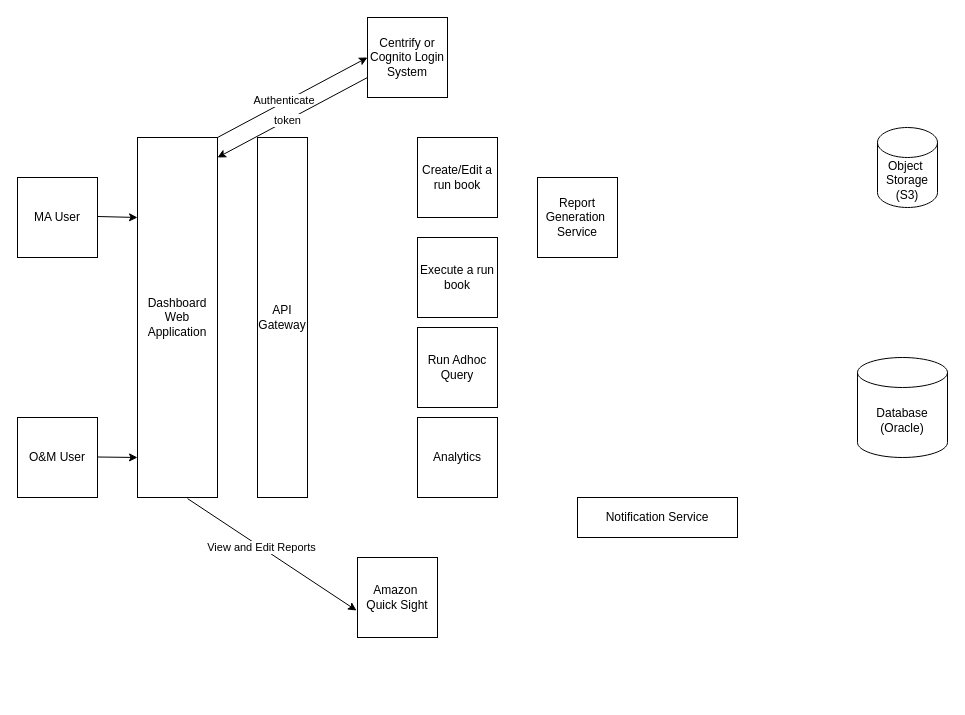
The draw.io diagram Dashboard.drawio in prahlad2018/microservice, before the edit. Source tidied: cells renumbered, new cells numbered last; positions are measured from the earlier drawing's top-left corner, leaving out a move shared by most shapes. Both pictures are drawn from the tidied source at 100%, with x=0, y=0 at pixel (17, 17).
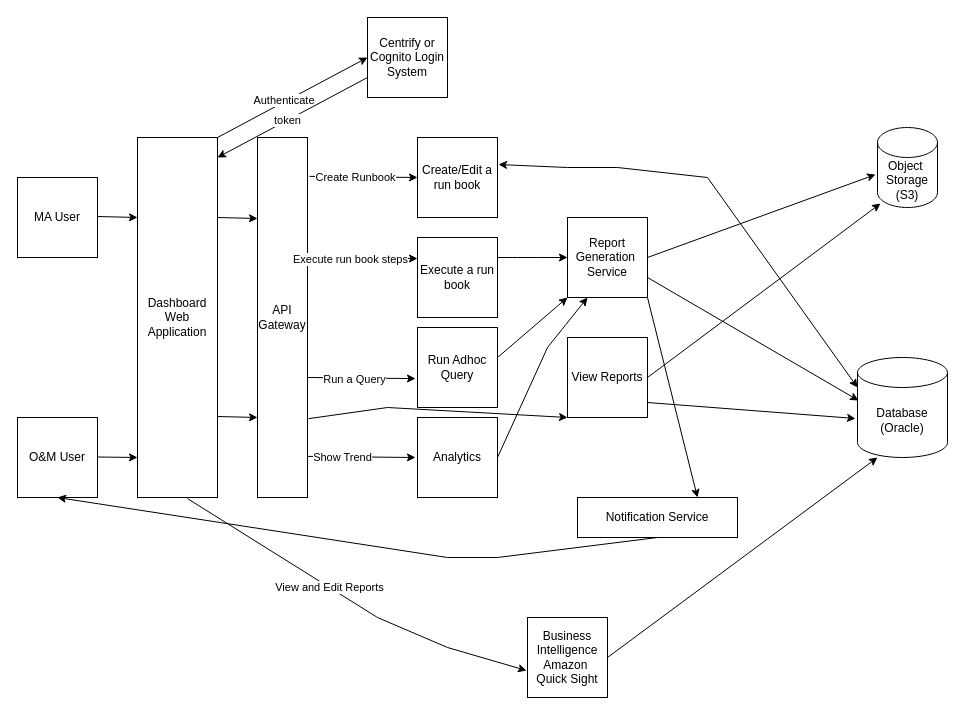
The same diagram, later.

Unchanged cells that the change refers to:
```xml
<mxCell id="3" value="O&amp;amp;M User&lt;br&gt;" style="whiteSpace=wrap;html=1;" parent="1" vertex="1">
  <mxGeometry y="400" width="80" height="80" as="geometry" />
</mxCell>
<mxCell id="5" value="Dashboard&lt;br&gt;Web&lt;br&gt;Application" style="rounded=0;whiteSpace=wrap;html=1;" parent="1" vertex="1">
  <mxGeometry x="120" y="120" width="80" height="360" as="geometry" />
</mxCell>
<mxCell id="10" value="API&lt;br&gt;Gateway&lt;br&gt;" style="rounded=0;whiteSpace=wrap;html=1;" parent="1" vertex="1">
  <mxGeometry x="240" y="120" width="50" height="360" as="geometry" />
</mxCell>
<mxCell id="11" value="Execute a run book" style="whiteSpace=wrap;html=1;" parent="1" vertex="1">
  <mxGeometry x="400" y="220" width="80" height="80" as="geometry" />
</mxCell>
<mxCell id="18" value="Create/Edit a run book" style="whiteSpace=wrap;html=1;" parent="1" vertex="1">
  <mxGeometry x="400" y="120" width="80" height="80" as="geometry" />
</mxCell>
<mxCell id="21" value="Notification Service" style="rounded=0;whiteSpace=wrap;html=1;" parent="1" vertex="1">
  <mxGeometry x="560" y="480" width="160" height="40" as="geometry" />
</mxCell>
<mxCell id="22" value="Database (Oracle)" style="shape=cylinder3;whiteSpace=wrap;html=1;boundedLbl=1;backgroundOutline=1;size=15;" parent="1" vertex="1">
  <mxGeometry x="840" y="340" width="90" height="100" as="geometry" />
</mxCell>
<mxCell id="23" value="Object&amp;nbsp;&lt;br&gt;Storage (S3)" style="shape=cylinder3;whiteSpace=wrap;html=1;boundedLbl=1;backgroundOutline=1;size=15;" parent="1" vertex="1">
  <mxGeometry x="860" y="110" width="60" height="80" as="geometry" />
</mxCell>
```

The edit, as a diff of the source:
```diff
@@
-    <mxCell id="13" value="Amazon&amp;nbsp;&lt;br&gt;Quick Sight" style="whiteSpace=wrap;html=1;" parent="1" vertex="1">
-      <mxGeometry x="340" y="540" width="80" height="80" as="geometry" />
+    <mxCell id="13" value="Business Intelligence&lt;br&gt;Amazon&amp;nbsp;&lt;br&gt;Quick Sight" style="whiteSpace=wrap;html=1;" parent="1" vertex="1">
+      <mxGeometry x="510" y="600" width="80" height="80" as="geometry" />
     </mxCell>
     <mxCell id="14" style="endArrow=classic;html=1;rounded=0;entryX=-0.012;entryY=0.663;entryDx=0;entryDy=0;entryPerimeter=0;exitX=0.625;exitY=1.003;exitDx=0;exitDy=0;exitPerimeter=0;" parent="1" edge="1" source="5" target="13">
-      <mxGeometry relative="1" as="geometry" />
+      <mxGeometry relative="1" as="geometry">
+        <Array as="points">
+          <mxPoint x="360" y="600" />
+          <mxPoint x="430" y="630" />
+        </Array>
+      </mxGeometry>
     </mxCell>
@@
     <mxCell id="20" value="Report Generation&amp;nbsp;&lt;br&gt;Service" style="whiteSpace=wrap;html=1;" parent="1" vertex="1">
-      <mxGeometry x="520" y="160" width="80" height="80" as="geometry" />
+      <mxGeometry x="550" y="200" width="80" height="80" as="geometry" />
     </mxCell>
@@
+    <mxCell id="24" style="endArrow=classic;startArrow=classic;html=1;rounded=0;exitX=1.013;exitY=0.338;exitDx=0;exitDy=0;exitPerimeter=0;" parent="1" edge="1" source="18">
+      <mxGeometry relative="1" as="geometry">
+        <mxPoint x="840" y="370" as="targetPoint" />
+        <Array as="points">
+          <mxPoint x="550" y="150" />
+          <mxPoint x="600" y="150" />
+          <mxPoint x="690" y="160" />
+        </Array>
+      </mxGeometry>
+    </mxCell>
+    <mxCell id="25" style="endArrow=classic;html=1;rounded=0;exitX=1.04;exitY=0.108;exitDx=0;exitDy=0;exitPerimeter=0;" parent="1" edge="1" source="10">
+      <mxGeometry relative="1" as="geometry">
+        <mxPoint x="400" y="160" as="targetPoint" />
+      </mxGeometry>
+    </mxCell>
+    <mxCell id="26" value="Create Runbook" style="edgeLabel;html=1;align=center;verticalAlign=middle;" parent="25" vertex="1">
+      <mxGeometry x="-0.15" relative="1" as="geometry" />
+    </mxCell>
+    <mxCell id="27" style="endArrow=classic;html=1;rounded=0;exitX=1.04;exitY=0.108;exitDx=0;exitDy=0;exitPerimeter=0;" parent="1" edge="1">
+      <mxGeometry relative="1" as="geometry">
+        <mxPoint x="292" y="240" as="sourcePoint" />
+        <mxPoint x="400" y="241.1" as="targetPoint" />
+      </mxGeometry>
+    </mxCell>
+    <mxCell id="28" value="Execute run book steps" style="edgeLabel;html=1;align=center;verticalAlign=middle;" parent="27" vertex="1">
+      <mxGeometry x="-0.24" y="-1" relative="1" as="geometry" />
+    </mxCell>
+    <mxCell id="29" style="endArrow=classic;html=1;rounded=0;exitX=1.04;exitY=0.108;exitDx=0;exitDy=0;exitPerimeter=0;" parent="1" edge="1">
+      <mxGeometry relative="1" as="geometry">
+        <mxPoint x="290" y="360" as="sourcePoint" />
+        <mxPoint x="398" y="361.1" as="targetPoint" />
+      </mxGeometry>
+    </mxCell>
+    <mxCell id="30" value="Run a Query&lt;br&gt;" style="edgeLabel;html=1;align=center;verticalAlign=middle;" parent="29" vertex="1">
+      <mxGeometry x="-0.13" y="-1" relative="1" as="geometry" />
+    </mxCell>
+    <mxCell id="31" style="endArrow=classic;html=1;rounded=0;exitX=1.04;exitY=0.108;exitDx=0;exitDy=0;exitPerimeter=0;" parent="1" edge="1">
+      <mxGeometry relative="1" as="geometry">
+        <mxPoint x="290" y="438.9" as="sourcePoint" />
+        <mxPoint x="398" y="440" as="targetPoint" />
+      </mxGeometry>
+    </mxCell>
+    <mxCell id="32" value="Show Trend" style="edgeLabel;html=1;align=center;verticalAlign=middle;" parent="31" vertex="1">
+      <mxGeometry x="-0.35" relative="1" as="geometry" />
+    </mxCell>
+    <mxCell id="33" value="View Reports" style="whiteSpace=wrap;html=1;" parent="1" vertex="1">
+      <mxGeometry x="550" y="320" width="80" height="80" as="geometry" />
+    </mxCell>
+    <mxCell id="34" style="endArrow=classic;html=1;rounded=0;entryX=0;entryY=0.5;entryDx=0;entryDy=0;exitX=1;exitY=0.25;exitDx=0;exitDy=0;" parent="1" edge="1" source="11" target="20">
+      <mxGeometry relative="1" as="geometry">
+        <Array as="points">
+          <mxPoint x="500" y="240" />
+          <mxPoint x="520" y="240" />
+        </Array>
+      </mxGeometry>
+    </mxCell>
+    <mxCell id="35" style="endArrow=classic;html=1;rounded=0;entryX=-0.033;entryY=0.588;entryDx=0;entryDy=0;entryPerimeter=0;" parent="1" edge="1" target="23">
+      <mxGeometry relative="1" as="geometry">
+        <mxPoint x="630" y="240" as="sourcePoint" />
+      </mxGeometry>
+    </mxCell>
+    <mxCell id="36" style="endArrow=classic;html=1;rounded=0;exitX=1;exitY=0.75;exitDx=0;exitDy=0;entryX=0.011;entryY=0.43;entryDx=0;entryDy=0;entryPerimeter=0;" parent="1" edge="1" source="20" target="22">
+      <mxGeometry relative="1" as="geometry" />
+    </mxCell>
+    <mxCell id="37" style="endArrow=classic;html=1;rounded=0;entryX=0.75;entryY=0;entryDx=0;entryDy=0;" parent="1" edge="1" target="21">
+      <mxGeometry relative="1" as="geometry">
+        <mxPoint x="630" y="280" as="sourcePoint" />
+      </mxGeometry>
+    </mxCell>
+    <mxCell id="38" style="endArrow=classic;html=1;rounded=0;entryX=0.5;entryY=1;entryDx=0;entryDy=0;" parent="1" edge="1" target="3">
+      <mxGeometry relative="1" as="geometry">
+        <mxPoint x="640" y="520" as="sourcePoint" />
+        <Array as="points">
+          <mxPoint x="480" y="540" />
+          <mxPoint x="430" y="540" />
+        </Array>
+      </mxGeometry>
+    </mxCell>
+    <mxCell id="39" style="endArrow=classic;html=1;rounded=0;entryX=0;entryY=1;entryDx=0;entryDy=0;" parent="1" edge="1" target="20">
+      <mxGeometry relative="1" as="geometry">
+        <mxPoint x="480" y="340" as="sourcePoint" />
+      </mxGeometry>
+    </mxCell>
+    <mxCell id="40" style="endArrow=classic;html=1;rounded=0;entryX=0.25;entryY=1;entryDx=0;entryDy=0;" parent="1" edge="1" target="20">
+      <mxGeometry relative="1" as="geometry">
+        <mxPoint x="480" y="440" as="sourcePoint" />
+        <Array as="points">
+          <mxPoint x="530" y="330" />
+        </Array>
+      </mxGeometry>
+    </mxCell>
+    <mxCell id="41" style="endArrow=classic;html=1;rounded=0;entryX=0;entryY=1;entryDx=0;entryDy=0;exitX=1.02;exitY=0.781;exitDx=0;exitDy=0;exitPerimeter=0;" parent="1" edge="1" source="10" target="33">
+      <mxGeometry relative="1" as="geometry">
+        <Array as="points">
+          <mxPoint x="370" y="390" />
+        </Array>
+      </mxGeometry>
+    </mxCell>
+    <mxCell id="42" style="endArrow=classic;html=1;rounded=0;entryX=0.05;entryY=0.95;entryDx=0;entryDy=0;entryPerimeter=0;" parent="1" edge="1" target="23">
+      <mxGeometry relative="1" as="geometry">
+        <mxPoint x="630" y="360" as="sourcePoint" />
+      </mxGeometry>
+    </mxCell>
+    <mxCell id="43" style="endArrow=classic;html=1;rounded=0;entryX=-0.022;entryY=0.61;entryDx=0;entryDy=0;entryPerimeter=0;" parent="1" edge="1" target="22">
+      <mxGeometry relative="1" as="geometry">
+        <mxPoint x="630" y="385" as="sourcePoint" />
+      </mxGeometry>
+    </mxCell>
+    <mxCell id="44" style="endArrow=classic;html=1;rounded=0;entryX=0.222;entryY=1;entryDx=0;entryDy=0;entryPerimeter=0;exitX=1;exitY=0.5;exitDx=0;exitDy=0;" parent="1" edge="1" source="13" target="22">
+      <mxGeometry relative="1" as="geometry" />
+    </mxCell>
+    <mxCell id="45" style="endArrow=classic;html=1;rounded=0;" parent="1" edge="1">
+      <mxGeometry relative="1" as="geometry">
+        <mxPoint x="200" y="200" as="sourcePoint" />
+        <mxPoint x="240" y="201" as="targetPoint" />
+      </mxGeometry>
+    </mxCell>
+    <mxCell id="46" style="endArrow=classic;html=1;rounded=0;" parent="1" edge="1">
+      <mxGeometry relative="1" as="geometry">
+        <mxPoint x="200" y="399" as="sourcePoint" />
+        <mxPoint x="240" y="400" as="targetPoint" />
+      </mxGeometry>
+    </mxCell>
```
